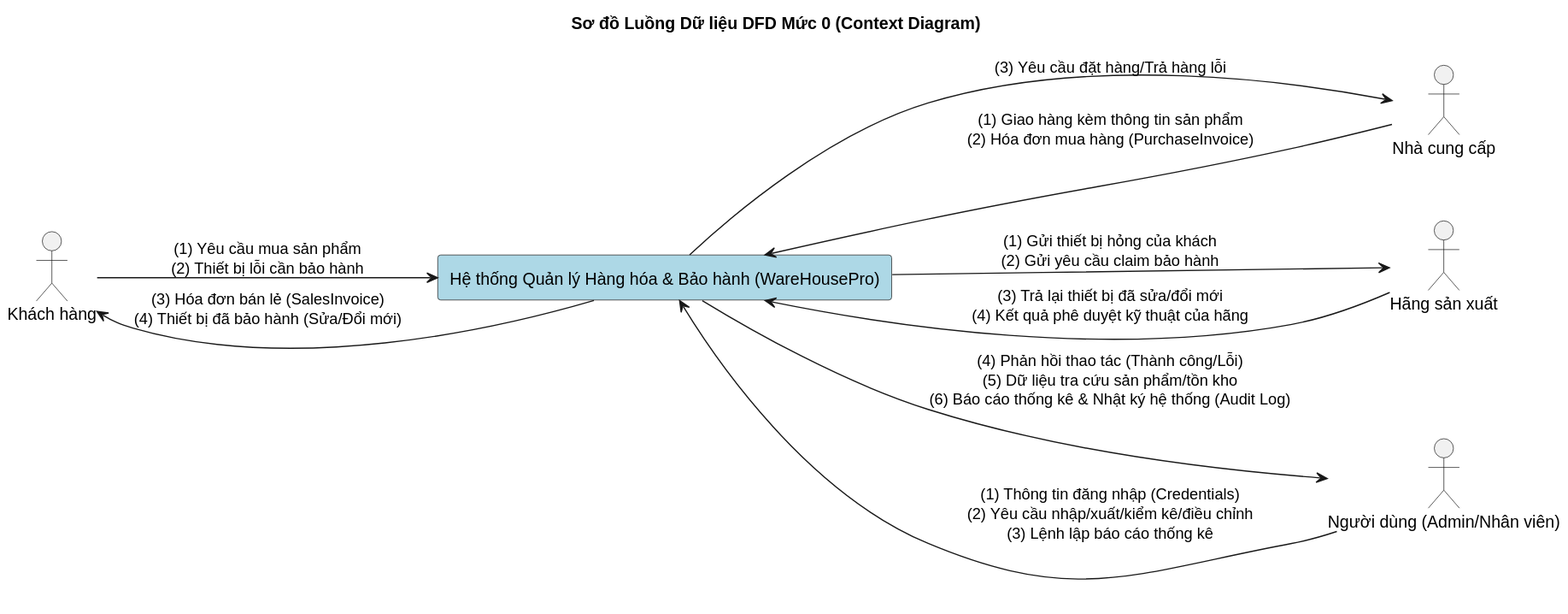
Above: Diagram/plantuml-svg/DFD_Muc0_TongThe.svg in TheGiver262/WarePro (PlantUML), before the change.
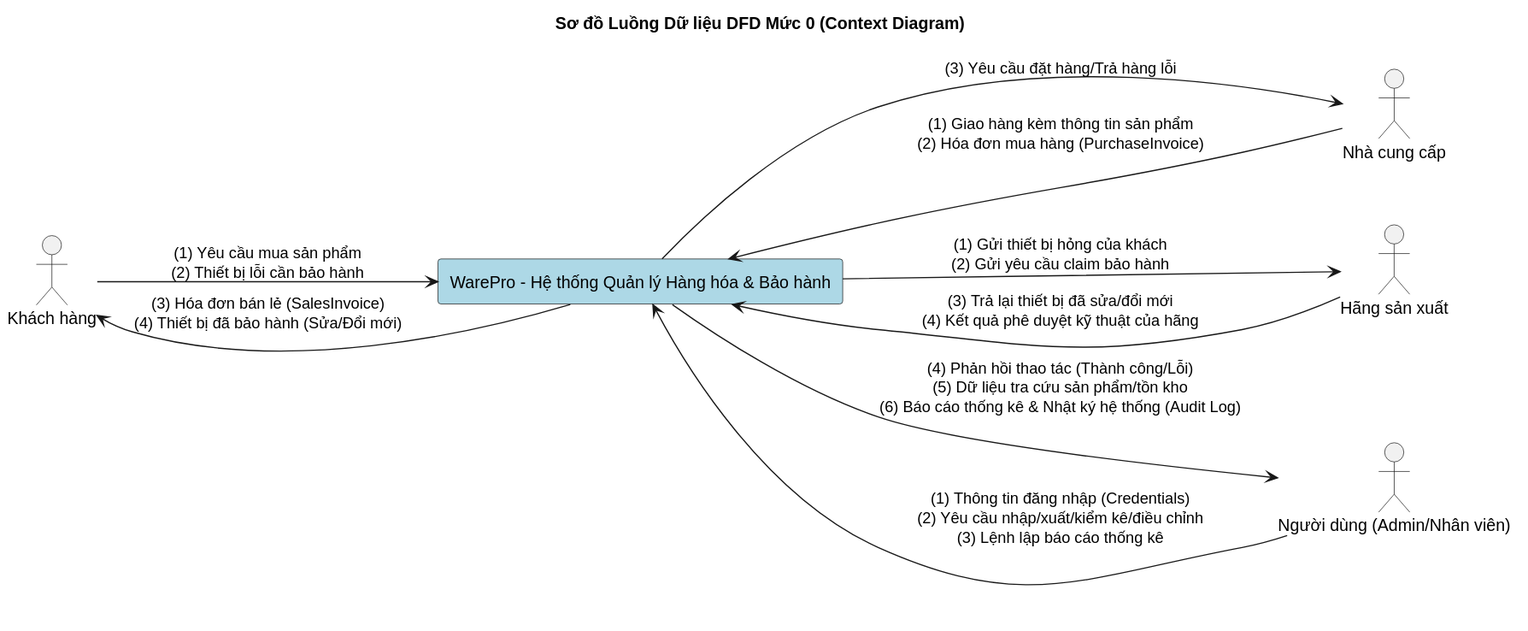
The same diagram one commit later.

What changed in the source:
```diff
@@ -10,7 +10,7 @@
 actor "Hãng sản xuất" as Manufacturer
 actor "Người dùng (Admin/Nhân viên)" as User
 
-rectangle "Hệ thống Quản lý Hàng hóa & Bảo hành (WareHousePro)" as System #LightBlue
+rectangle "WarePro - Hệ thống Quản lý Hàng hóa & Bảo hành" as System #LightBlue
 
 Customer --> System : (1) Yêu cầu mua sản phẩm\n(2) Thiết bị lỗi cần bảo hành
 System --> Customer : (3) Hóa đơn bán lẻ (SalesInvoice)\n(4) Thiết bị đã bảo hành (Sửa/Đổi mới)
```
